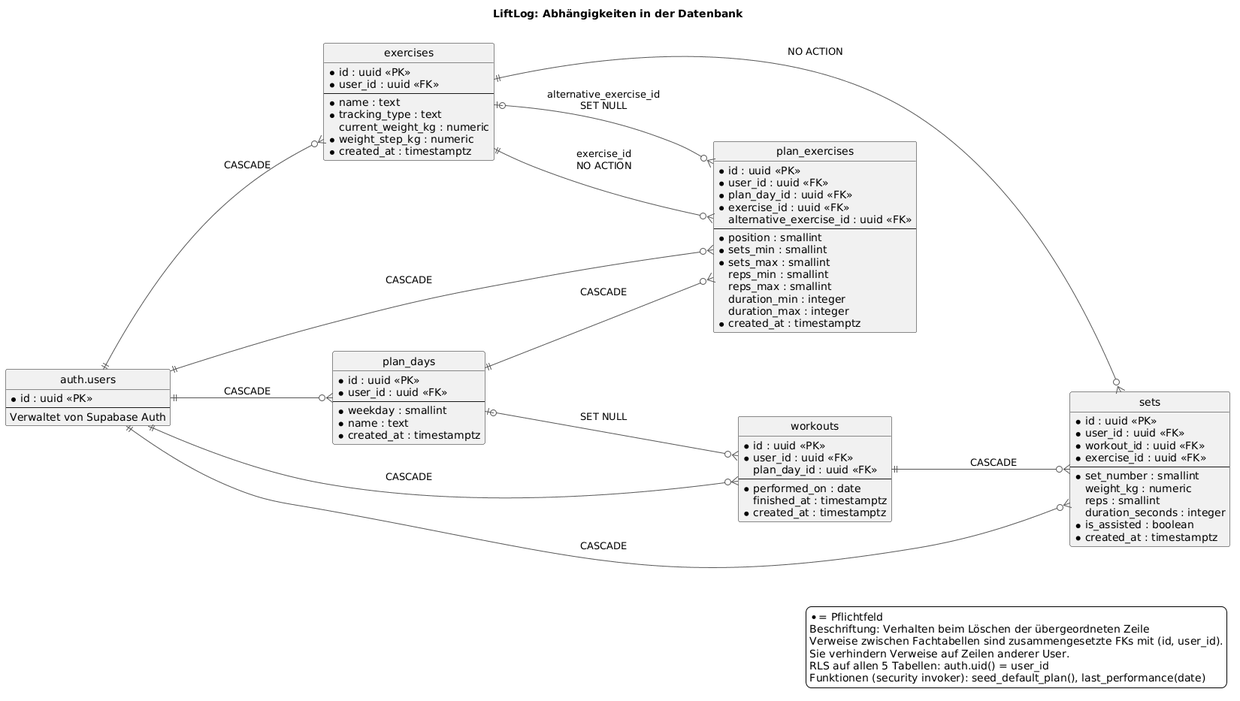
JR-45/liftlog keeps this PlantUML diagram as docs/database.png. Above is the earlier version.
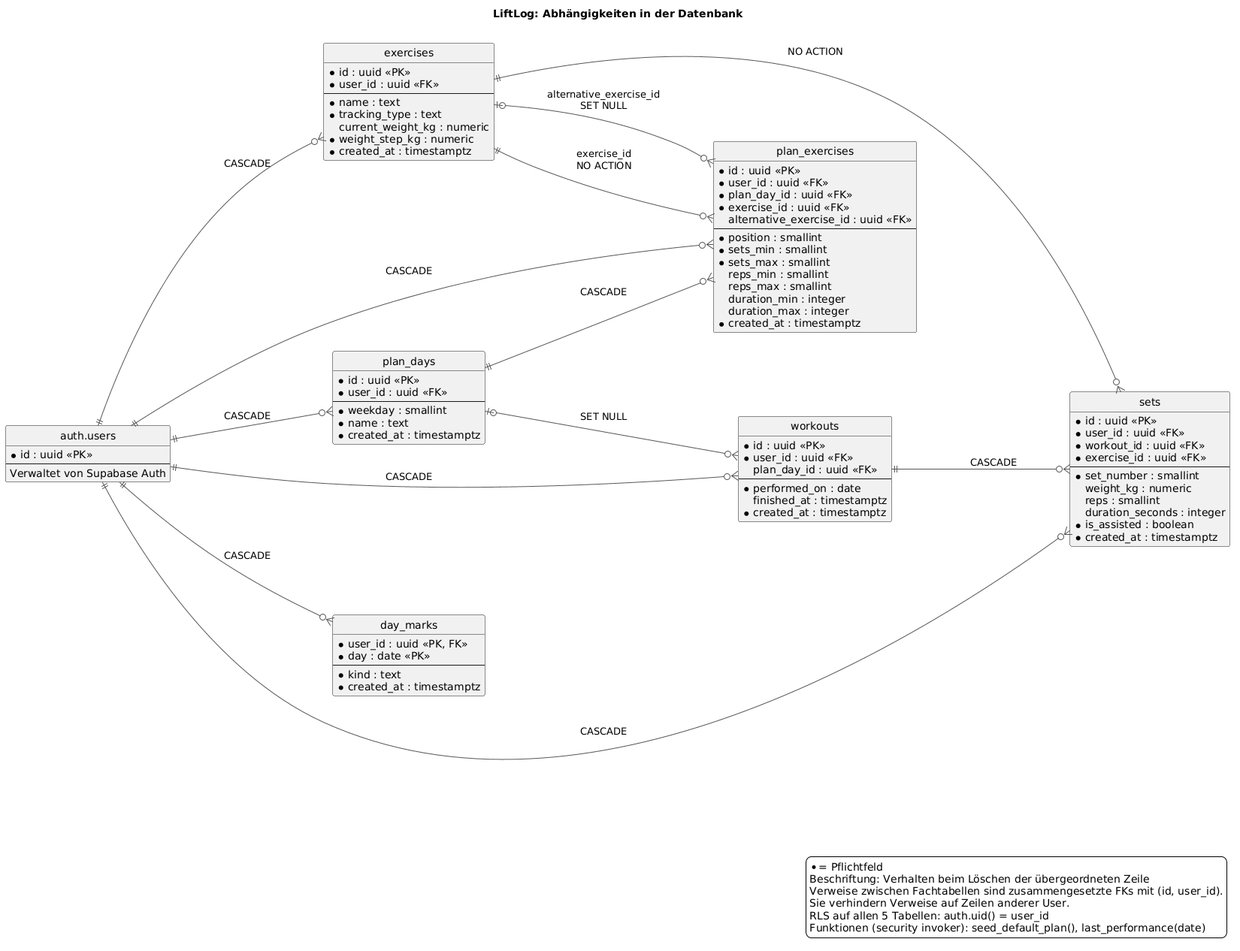
The same diagram one commit later.

What changed in the source:
```diff
@@ -64,6 +64,14 @@
   * created_at : timestamptz
 }
 
+entity "day_marks" as day_marks {
+  * user_id : uuid <<PK, FK>>
+  * day : date <<PK>>
+  --
+  * kind : text
+  * created_at : timestamptz
+}
+
 entity "sets" as sets {
   * id : uuid <<PK>>
   * user_id : uuid <<FK>>
@@ -90,6 +98,7 @@
 users ||--o{ workouts : "CASCADE"
 users ||--o{ plan_exercises : "CASCADE"
 users ||--o{ sets : "CASCADE"
+users ||--o{ day_marks : "CASCADE"
 
 legend right
   * = Pflichtfeld
```
